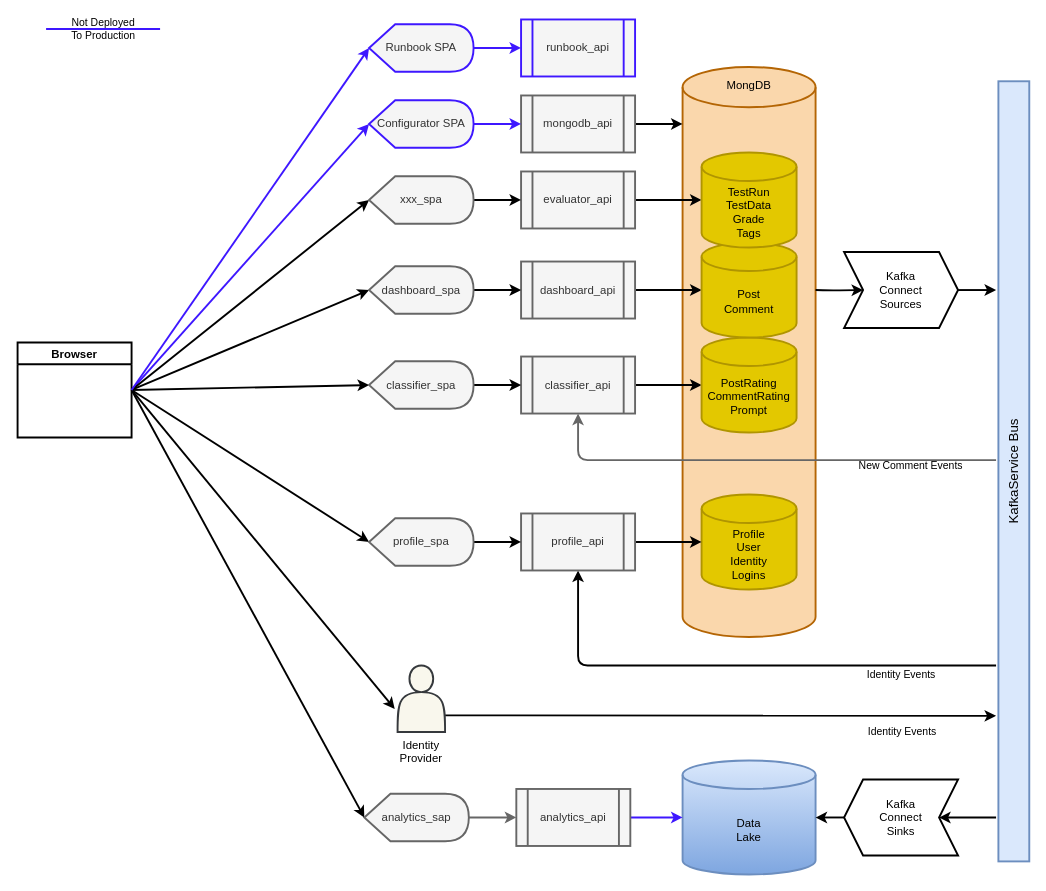
Above: Specifications/ArchitectureDiagram.drawio in agile-learning-institute/stage0_template_umbrella (draw.io), before the change. Source tidied: cells renumbered, new cells numbered last; positions are measured from the earlier drawing's top-left corner, leaving out a move shared by most shapes. Both pictures are drawn from the tidied source at 95%, with x=0, y=0 at pixel (17, 19).
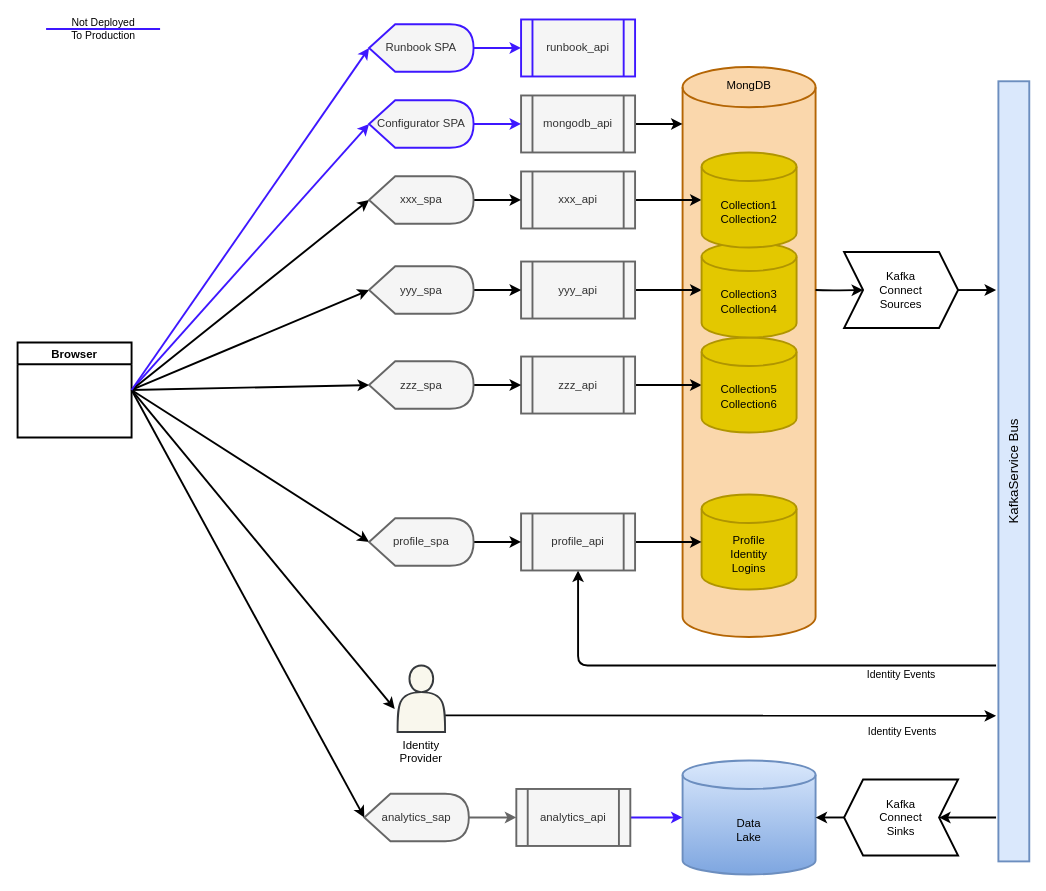
After the change.

What changed in the source:
```diff
@@
-    <mxCell id="3" value="Profile&lt;br&gt;User&lt;br&gt;Identity&lt;br&gt;Logins" style="shape=cylinder3;whiteSpace=wrap;html=1;boundedLbl=1;backgroundOutline=1;size=15;strokeColor=#B09500;strokeWidth=2;fillColor=#e3c800;fontColor=#000000;" parent="1" vertex="1">
+    <mxCell id="3" value="Profile&lt;br&gt;Identity&lt;br&gt;Logins" style="shape=cylinder3;whiteSpace=wrap;html=1;boundedLbl=1;backgroundOutline=1;size=15;strokeColor=#B09500;strokeWidth=2;fillColor=#e3c800;fontColor=#000000;" parent="1" vertex="1">
       <mxGeometry x="720" y="500" width="100" height="100" as="geometry" />
     </mxCell>
@@
-    <mxCell id="23" value="dashboard_api" style="shape=process;whiteSpace=wrap;html=1;backgroundOutline=1;strokeColor=#666666;strokeWidth=2;fillColor=#f5f5f5;fontColor=#333333;" parent="1" vertex="1">
+    <mxCell id="23" value="yyy_api" style="shape=process;whiteSpace=wrap;html=1;backgroundOutline=1;strokeColor=#666666;strokeWidth=2;fillColor=#f5f5f5;fontColor=#333333;" parent="1" vertex="1">
       <mxGeometry x="530" y="254.8" width="120" height="60" as="geometry" />
     </mxCell>
@@
-    <mxCell id="25" value="dashboard_spa" style="shape=display;whiteSpace=wrap;html=1;strokeColor=#666666;strokeWidth=2;fillColor=#f5f5f5;fontColor=#333333;" parent="1" vertex="1">
+    <mxCell id="25" value="yyy_spa" style="shape=display;whiteSpace=wrap;html=1;strokeColor=#666666;strokeWidth=2;fillColor=#f5f5f5;fontColor=#333333;" parent="1" vertex="1">
       <mxGeometry x="370" y="259.8" width="110" height="50" as="geometry" />
     </mxCell>
@@
-    <mxCell id="27" value="New Comment Events" style="edgeStyle=orthogonalEdgeStyle;html=1;entryX=0.5;entryY=1;entryDx=0;entryDy=0;strokeWidth=2;fillColor=#f5f5f5;strokeColor=#666666;labelBackgroundColor=none;fontColor=#000000;" parent="1" edge="1" target="28">
-      <mxGeometry x="-0.63" y="6" relative="1" as="geometry">
-        <mxPoint x="1030" y="463.8" as="sourcePoint" />
-        <Array as="points">
-          <mxPoint x="590" y="463.8" />
-        </Array>
-      </mxGeometry>
-    </mxCell>
-    <mxCell id="28" value="classifier_api" style="shape=process;whiteSpace=wrap;html=1;backgroundOutline=1;strokeColor=#666666;strokeWidth=2;fillColor=#f5f5f5;fontColor=#333333;" parent="1" vertex="1">
+    <mxCell id="28" value="zzz_api" style="shape=process;whiteSpace=wrap;html=1;backgroundOutline=1;strokeColor=#666666;strokeWidth=2;fillColor=#f5f5f5;fontColor=#333333;" parent="1" vertex="1">
       <mxGeometry x="530" y="354.8" width="120" height="60" as="geometry" />
     </mxCell>
@@
-    <mxCell id="30" value="classifier_spa" style="shape=display;whiteSpace=wrap;html=1;strokeColor=#666666;strokeWidth=2;fillColor=#f5f5f5;fontColor=#333333;" parent="1" vertex="1">
+    <mxCell id="30" value="zzz_spa" style="shape=display;whiteSpace=wrap;html=1;strokeColor=#666666;strokeWidth=2;fillColor=#f5f5f5;fontColor=#333333;" parent="1" vertex="1">
       <mxGeometry x="370" y="359.8" width="110" height="50" as="geometry" />
     </mxCell>
@@
-    <mxCell id="32" value="evaluator_api" style="shape=process;whiteSpace=wrap;html=1;backgroundOutline=1;strokeColor=#666666;strokeWidth=2;fillColor=#f5f5f5;fontColor=#333333;" parent="1" vertex="1">
+    <mxCell id="32" value="xxx_api" style="shape=process;whiteSpace=wrap;html=1;backgroundOutline=1;strokeColor=#666666;strokeWidth=2;fillColor=#f5f5f5;fontColor=#333333;" parent="1" vertex="1">
       <mxGeometry x="530" y="160" width="120" height="60" as="geometry" />
     </mxCell>
@@
-    <mxCell id="41" value="PostRating&lt;br&gt;CommentRating&lt;br&gt;Prompt" style="shape=cylinder3;whiteSpace=wrap;html=1;boundedLbl=1;backgroundOutline=1;size=15;strokeColor=#B09500;strokeWidth=2;fillColor=#e3c800;fontColor=#000000;" parent="1" vertex="1">
+    <mxCell id="41" value="Collection5&lt;br&gt;Collection6" style="shape=cylinder3;whiteSpace=wrap;html=1;boundedLbl=1;backgroundOutline=1;size=15;strokeColor=#B09500;strokeWidth=2;fillColor=#e3c800;fontColor=#000000;" parent="1" vertex="1">
       <mxGeometry x="720" y="334.8" width="100" height="100" as="geometry" />
     </mxCell>
-    <mxCell id="42" value="Post&lt;br&gt;Comment" style="shape=cylinder3;whiteSpace=wrap;html=1;boundedLbl=1;backgroundOutline=1;size=15;strokeColor=#B09500;strokeWidth=2;fillColor=#e3c800;fontColor=#000000;" parent="1" vertex="1">
+    <mxCell id="42" value="Collection3&lt;br&gt;Collection4" style="shape=cylinder3;whiteSpace=wrap;html=1;boundedLbl=1;backgroundOutline=1;size=15;strokeColor=#B09500;strokeWidth=2;fillColor=#e3c800;fontColor=#000000;" parent="1" vertex="1">
       <mxGeometry x="720" y="234.8" width="100" height="100" as="geometry" />
     </mxCell>
-    <mxCell id="43" value="TestRun&lt;br&gt;TestData&lt;br&gt;Grade&lt;br&gt;Tags" style="shape=cylinder3;whiteSpace=wrap;html=1;boundedLbl=1;backgroundOutline=1;size=15;strokeColor=#B09500;strokeWidth=2;fillColor=#e3c800;fontColor=#000000;" parent="1" vertex="1">
+    <mxCell id="43" value="Collection1&lt;br&gt;Collection2" style="shape=cylinder3;whiteSpace=wrap;html=1;boundedLbl=1;backgroundOutline=1;size=15;strokeColor=#B09500;strokeWidth=2;fillColor=#e3c800;fontColor=#000000;" parent="1" vertex="1">
       <mxGeometry x="720" y="140" width="100" height="100" as="geometry" />
     </mxCell>
```
